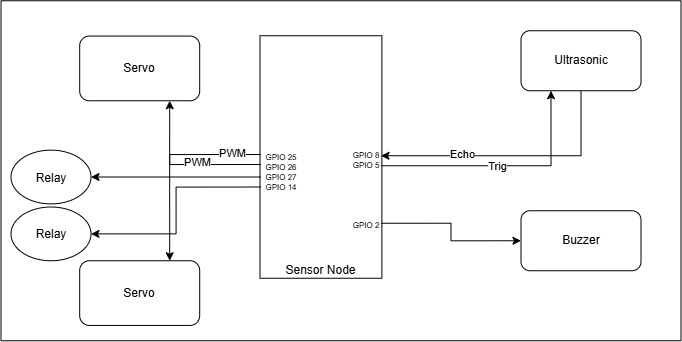
Before: Wiring/Actuator Node Wiring.drawio.png, a diagram exported from draw.io (PhantomCNS/SHOS). Source tidied: cells renumbered, new cells last; positions are measured from the earlier drawing's top-left corner, leaving out a move shared by most shapes. The source it was exported from:
```xml
<mxGraphModel>
  <root>
    <mxCell id="0" />
    <mxCell id="1" parent="0" />
    <mxCell id="2" style="group;" parent="1" vertex="1">
      <mxGeometry width="680" height="340" as="geometry" />
    </mxCell>
    <mxCell id="3" style="rounded=0;whiteSpace=wrap;html=1;rotation=-90;" parent="2" vertex="1">
      <mxGeometry x="198.7" y="95.3" width="242.5" height="121.9" as="geometry" />
    </mxCell>
    <mxCell id="4" value="Sensor Node" style="text;html=1;whiteSpace=wrap;strokeColor=none;fillColor=none;align=center;verticalAlign=middle;rounded=0;" parent="2" vertex="1">
      <mxGeometry x="282.4" y="260" width="75.1" height="20" as="geometry" />
    </mxCell>
    <mxCell id="5" style="edgeStyle=orthogonalEdgeStyle;rounded=0;jettySize=auto;html=1;exitX=1;exitY=0.5;exitDx=0;exitDy=0;entryX=0.25;entryY=1;entryDx=0;entryDy=0;" parent="2" edge="1" source="7" target="20">
      <mxGeometry relative="1" as="geometry" />
    </mxCell>
    <mxCell id="6" value="Trig" style="edgeLabel;html=1;align=center;verticalAlign=middle;" parent="5" vertex="1">
      <mxGeometry x="-0.06" relative="1" as="geometry" />
    </mxCell>
    <mxCell id="7" value="GPIO 5" style="text;html=1;whiteSpace=wrap;strokeColor=none;fillColor=none;align=center;verticalAlign=middle;rounded=0;fontSize=8;" parent="2" vertex="1">
      <mxGeometry x="350" y="160" width="30" height="10" as="geometry" />
    </mxCell>
    <mxCell id="8" value="GPIO 8" style="text;html=1;whiteSpace=wrap;strokeColor=none;fillColor=none;align=center;verticalAlign=middle;rounded=0;fontSize=8;" parent="2" vertex="1">
      <mxGeometry x="350" y="150" width="30" height="10" as="geometry" />
    </mxCell>
    <mxCell id="9" value="GPIO 2" style="text;html=1;whiteSpace=wrap;strokeColor=none;fillColor=none;align=center;verticalAlign=middle;rounded=0;fontSize=8;" parent="2" vertex="1">
      <mxGeometry x="350" y="220" width="30" height="10" as="geometry" />
    </mxCell>
    <mxCell id="10" style="edgeStyle=orthogonalEdgeStyle;rounded=0;jettySize=auto;html=1;exitX=0;exitY=0.25;exitDx=0;exitDy=0;entryX=0.75;entryY=0;entryDx=0;entryDy=0;" parent="2" edge="1" source="12" target="25">
      <mxGeometry relative="1" as="geometry" />
    </mxCell>
    <mxCell id="11" value="PWM" style="edgeLabel;html=1;align=center;verticalAlign=middle;" parent="10" vertex="1">
      <mxGeometry x="-0.71" y="-2" relative="1" as="geometry" />
    </mxCell>
    <mxCell id="12" value="GPIO 25" style="text;html=1;whiteSpace=wrap;strokeColor=none;fillColor=none;align=center;verticalAlign=middle;rounded=0;fontSize=8;" parent="2" vertex="1">
      <mxGeometry x="260" y="151.3" width="40" height="10" as="geometry" />
    </mxCell>
    <mxCell id="13" value="GPIO 26&lt;span style=&quot;color: rgba(0, 0, 0, 0); font-family: monospace; font-size: 0px; text-align: start; white-space: nowrap;&quot;&gt;%3CmxGraphModel%3E%3Croot%3E%3CmxCell%20id%3D%220%22%2F%3E%3CmxCell%20id%3D%221%22%20parent%3D%220%22%2F%3E%3CmxCell%20id%3D%222%22%20parent%3D%221%22%20style%3D%22text%3Bhtml%3D1%3BwhiteSpace%3Dwrap%3BstrokeColor%3Dnone%3BfillColor%3Dnone%3Balign%3Dcenter%3BverticalAlign%3Dmiddle%3Brounded%3D0%3BfontSize%3D8%3B%22%20value%3D%22GPIO%2025%22%20vertex%3D%221%22%3E%3CmxGeometry%20height%3D%2210%22%20width%3D%2240%22%20x%3D%22360%22%20y%3D%22271.26%22%20as%3D%22geometry%22%2F%3E%3C%2FmxCell%3E%3C%2Froot%3E%3C%2FmxGraphModel%3E&lt;/span&gt;" style="text;html=1;whiteSpace=wrap;strokeColor=none;fillColor=none;align=center;verticalAlign=middle;rounded=0;fontSize=8;" parent="2" vertex="1">
      <mxGeometry x="260" y="161.3" width="40" height="10" as="geometry" />
    </mxCell>
    <mxCell id="14" style="edgeStyle=orthogonalEdgeStyle;rounded=0;jettySize=auto;html=1;exitX=0;exitY=0.5;exitDx=0;exitDy=0;entryX=1;entryY=0.5;entryDx=0;entryDy=0;" parent="2" edge="1" source="15" target="31">
      <mxGeometry relative="1" as="geometry" />
    </mxCell>
    <mxCell id="15" value="GPIO 27" style="text;html=1;whiteSpace=wrap;strokeColor=none;fillColor=none;align=center;verticalAlign=middle;rounded=0;fontSize=8;" parent="2" vertex="1">
      <mxGeometry x="260" y="171.3" width="40" height="10" as="geometry" />
    </mxCell>
    <mxCell id="16" style="edgeStyle=orthogonalEdgeStyle;rounded=0;jettySize=auto;html=1;exitX=0;exitY=0.5;exitDx=0;exitDy=0;entryX=1;entryY=0.5;entryDx=0;entryDy=0;" parent="2" edge="1" source="17" target="32">
      <mxGeometry relative="1" as="geometry" />
    </mxCell>
    <mxCell id="17" value="GPIO 14" style="text;html=1;whiteSpace=wrap;strokeColor=none;fillColor=none;align=center;verticalAlign=middle;rounded=0;fontSize=8;" parent="2" vertex="1">
      <mxGeometry x="260" y="181.3" width="40" height="10" as="geometry" />
    </mxCell>
    <mxCell id="18" style="edgeStyle=orthogonalEdgeStyle;rounded=0;jettySize=auto;html=1;exitX=0.5;exitY=1;exitDx=0;exitDy=0;entryX=1;entryY=0.5;entryDx=0;entryDy=0;" parent="2" edge="1" source="20" target="8">
      <mxGeometry relative="1" as="geometry" />
    </mxCell>
    <mxCell id="19" value="Echo" style="edgeLabel;html=1;align=center;verticalAlign=middle;" parent="18" vertex="1">
      <mxGeometry x="0.39" y="-2" relative="1" as="geometry" />
    </mxCell>
    <mxCell id="20" style="rounded=1;whiteSpace=wrap;html=1;" parent="2" vertex="1">
      <mxGeometry x="520" y="30" width="120" height="60" as="geometry" />
    </mxCell>
    <mxCell id="21" value="Ultrasonic" style="text;html=1;whiteSpace=wrap;strokeColor=none;fillColor=none;align=center;verticalAlign=middle;rounded=0;" parent="2" vertex="1">
      <mxGeometry x="550" y="45" width="60" height="30" as="geometry" />
    </mxCell>
    <mxCell id="22" style="edgeStyle=orthogonalEdgeStyle;rounded=0;jettySize=auto;html=1;entryX=0;entryY=0.25;entryDx=0;entryDy=0;exitX=0.75;exitY=1;exitDx=0;exitDy=0;endArrow=none;endFill=0;startArrow=classic;startFill=1;" parent="2" edge="1" source="24" target="13">
      <mxGeometry relative="1" as="geometry" />
    </mxCell>
    <mxCell id="23" value="PWM" style="edgeLabel;html=1;align=center;verticalAlign=middle;" parent="22" vertex="1">
      <mxGeometry x="0.54" y="-1" relative="1" as="geometry">
        <mxPoint x="-28" y="-4" as="offset" />
      </mxGeometry>
    </mxCell>
    <mxCell id="24" style="rounded=1;whiteSpace=wrap;html=1;" parent="2" vertex="1">
      <mxGeometry x="78.7" y="35.3" width="120" height="64.7" as="geometry" />
    </mxCell>
    <mxCell id="25" style="rounded=1;whiteSpace=wrap;html=1;" parent="2" vertex="1">
      <mxGeometry x="78.7" y="260" width="120" height="64.7" as="geometry" />
    </mxCell>
    <mxCell id="26" value="Servo" style="text;html=1;whiteSpace=wrap;strokeColor=none;fillColor=none;align=center;verticalAlign=middle;rounded=0;" parent="2" vertex="1">
      <mxGeometry x="108.7" y="52.7" width="60" height="30" as="geometry" />
    </mxCell>
    <mxCell id="27" value="Servo" style="text;html=1;whiteSpace=wrap;strokeColor=none;fillColor=none;align=center;verticalAlign=middle;rounded=0;" parent="2" vertex="1">
      <mxGeometry x="108.7" y="277.3" width="60" height="30" as="geometry" />
    </mxCell>
    <mxCell id="28" style="rounded=1;whiteSpace=wrap;html=1;" parent="2" vertex="1">
      <mxGeometry x="520" y="210" width="120" height="60" as="geometry" />
    </mxCell>
    <mxCell id="29" value="Buzzer" style="text;html=1;whiteSpace=wrap;strokeColor=none;fillColor=none;align=center;verticalAlign=middle;rounded=0;" parent="2" vertex="1">
      <mxGeometry x="550" y="225" width="60" height="30" as="geometry" />
    </mxCell>
    <mxCell id="30" style="edgeStyle=orthogonalEdgeStyle;rounded=0;jettySize=auto;html=1;exitX=1;exitY=0.25;exitDx=0;exitDy=0;entryX=0;entryY=0.5;entryDx=0;entryDy=0;" parent="2" edge="1" source="9" target="28">
      <mxGeometry relative="1" as="geometry" />
    </mxCell>
    <mxCell id="31" value="Relay" style="ellipse;whiteSpace=wrap;html=1;shapeInside=1;" parent="2" vertex="1">
      <mxGeometry x="10" y="149.4" width="80" height="53.8" as="geometry" />
    </mxCell>
    <mxCell id="32" value="Relay" style="ellipse;whiteSpace=wrap;html=1;shapeInside=1;" parent="2" vertex="1">
      <mxGeometry x="10" y="206.2" width="80" height="53.8" as="geometry" />
    </mxCell>
    <mxCell id="33" style="swimlane;startSize=0;" parent="2" vertex="1">
      <mxGeometry width="680" height="340" as="geometry" />
    </mxCell>
  </root>
</mxGraphModel>
```
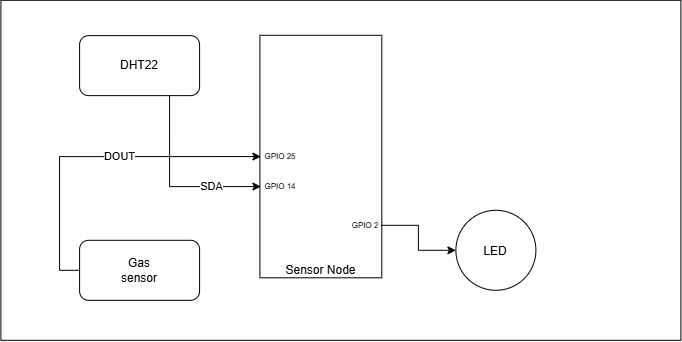
Later version of the same file.

The edit, as a diff of the source:
```diff
@@ -2,103 +2,55 @@
   <root>
     <mxCell id="0" />
     <mxCell id="1" parent="0" />
-    <mxCell id="2" style="group;" parent="1" vertex="1">
-      <mxGeometry width="680" height="340" as="geometry" />
-    </mxCell>
-    <mxCell id="3" style="rounded=0;whiteSpace=wrap;html=1;rotation=-90;" parent="2" vertex="1">
+    <mxCell id="3" style="rounded=0;whiteSpace=wrap;html=1;rotation=-90;" parent="1" vertex="1">
       <mxGeometry x="198.7" y="95.3" width="242.5" height="121.9" as="geometry" />
     </mxCell>
-    <mxCell id="4" value="Sensor Node" style="text;html=1;whiteSpace=wrap;strokeColor=none;fillColor=none;align=center;verticalAlign=middle;rounded=0;" parent="2" vertex="1">
+    <mxCell id="4" value="Sensor Node" style="text;html=1;whiteSpace=wrap;strokeColor=none;fillColor=none;align=center;verticalAlign=middle;rounded=0;" parent="1" vertex="1">
       <mxGeometry x="282.4" y="260" width="75.1" height="20" as="geometry" />
     </mxCell>
-    <mxCell id="5" style="edgeStyle=orthogonalEdgeStyle;rounded=0;jettySize=auto;html=1;exitX=1;exitY=0.5;exitDx=0;exitDy=0;entryX=0.25;entryY=1;entryDx=0;entryDy=0;" parent="2" edge="1" source="7" target="20">
-      <mxGeometry relative="1" as="geometry" />
-    </mxCell>
-    <mxCell id="6" value="Trig" style="edgeLabel;html=1;align=center;verticalAlign=middle;" parent="5" vertex="1">
-      <mxGeometry x="-0.06" relative="1" as="geometry" />
-    </mxCell>
-    <mxCell id="7" value="GPIO 5" style="text;html=1;whiteSpace=wrap;strokeColor=none;fillColor=none;align=center;verticalAlign=middle;rounded=0;fontSize=8;" parent="2" vertex="1">
-      <mxGeometry x="350" y="160" width="30" height="10" as="geometry" />
-    </mxCell>
-    <mxCell id="8" value="GPIO 8" style="text;html=1;whiteSpace=wrap;strokeColor=none;fillColor=none;align=center;verticalAlign=middle;rounded=0;fontSize=8;" parent="2" vertex="1">
-      <mxGeometry x="350" y="150" width="30" height="10" as="geometry" />
-    </mxCell>
+    <mxCell id="34" style="edgeStyle=orthogonalEdgeStyle;rounded=0;jettySize=auto;html=1;" parent="1" edge="1" source="9" target="36">
+      <mxGeometry relative="1" as="geometry" />
+    </mxCell>
-    <mxCell id="9" value="GPIO 2" style="text;html=1;whiteSpace=wrap;strokeColor=none;fillColor=none;align=center;verticalAlign=middle;rounded=0;fontSize=8;" parent="2" vertex="1">
+    <mxCell id="9" value="GPIO 2" style="text;html=1;whiteSpace=wrap;strokeColor=none;fillColor=none;align=center;verticalAlign=middle;rounded=0;fontSize=8;" parent="1" vertex="1">
       <mxGeometry x="350" y="220" width="30" height="10" as="geometry" />
     </mxCell>
-    <mxCell id="10" style="edgeStyle=orthogonalEdgeStyle;rounded=0;jettySize=auto;html=1;exitX=0;exitY=0.25;exitDx=0;exitDy=0;entryX=0.75;entryY=0;entryDx=0;entryDy=0;" parent="2" edge="1" source="12" target="25">
-      <mxGeometry relative="1" as="geometry" />
-    </mxCell>
-    <mxCell id="11" value="PWM" style="edgeLabel;html=1;align=center;verticalAlign=middle;" parent="10" vertex="1">
-      <mxGeometry x="-0.71" y="-2" relative="1" as="geometry" />
-    </mxCell>
-    <mxCell id="12" value="GPIO 25" style="text;html=1;whiteSpace=wrap;strokeColor=none;fillColor=none;align=center;verticalAlign=middle;rounded=0;fontSize=8;" parent="2" vertex="1">
+    <mxCell id="12" value="GPIO 25" style="text;html=1;whiteSpace=wrap;strokeColor=none;fillColor=none;align=center;verticalAlign=middle;rounded=0;fontSize=8;" parent="1" vertex="1">
       <mxGeometry x="260" y="151.3" width="40" height="10" as="geometry" />
     </mxCell>
-    <mxCell id="13" value="GPIO 26&lt;span style=&quot;color: rgba(0, 0, 0, 0); font-family: monospace; font-size: 0px; text-align: start; white-space: nowrap;&quot;&gt;%3CmxGraphModel%3E%3Croot%3E%3CmxCell%20id%3D%220%22%2F%3E%3CmxCell%20id%3D%221%22%20parent%3D%220%22%2F%3E%3CmxCell%20id%3D%222%22%20parent%3D%221%22%20style%3D%22text%3Bhtml%3D1%3BwhiteSpace%3Dwrap%3BstrokeColor%3Dnone%3BfillColor%3Dnone%3Balign%3Dcenter%3BverticalAlign%3Dmiddle%3Brounded%3D0%3BfontSize%3D8%3B%22%20value%3D%22GPIO%2025%22%20vertex%3D%221%22%3E%3CmxGeometry%20height%3D%2210%22%20width%3D%2240%22%20x%3D%22360%22%20y%3D%22271.26%22%20as%3D%22geometry%22%2F%3E%3C%2FmxCell%3E%3C%2Froot%3E%3C%2FmxGraphModel%3E&lt;/span&gt;" style="text;html=1;whiteSpace=wrap;strokeColor=none;fillColor=none;align=center;verticalAlign=middle;rounded=0;fontSize=8;" parent="2" vertex="1">
-      <mxGeometry x="260" y="161.3" width="40" height="10" as="geometry" />
-    </mxCell>
-    <mxCell id="14" style="edgeStyle=orthogonalEdgeStyle;rounded=0;jettySize=auto;html=1;exitX=0;exitY=0.5;exitDx=0;exitDy=0;entryX=1;entryY=0.5;entryDx=0;entryDy=0;" parent="2" edge="1" source="15" target="31">
-      <mxGeometry relative="1" as="geometry" />
-    </mxCell>
-    <mxCell id="15" value="GPIO 27" style="text;html=1;whiteSpace=wrap;strokeColor=none;fillColor=none;align=center;verticalAlign=middle;rounded=0;fontSize=8;" parent="2" vertex="1">
-      <mxGeometry x="260" y="171.3" width="40" height="10" as="geometry" />
-    </mxCell>
-    <mxCell id="16" style="edgeStyle=orthogonalEdgeStyle;rounded=0;jettySize=auto;html=1;exitX=0;exitY=0.5;exitDx=0;exitDy=0;entryX=1;entryY=0.5;entryDx=0;entryDy=0;" parent="2" edge="1" source="17" target="32">
-      <mxGeometry relative="1" as="geometry" />
-    </mxCell>
-    <mxCell id="17" value="GPIO 14" style="text;html=1;whiteSpace=wrap;strokeColor=none;fillColor=none;align=center;verticalAlign=middle;rounded=0;fontSize=8;" parent="2" vertex="1">
+    <mxCell id="17" value="GPIO 14" style="text;html=1;whiteSpace=wrap;strokeColor=none;fillColor=none;align=center;verticalAlign=middle;rounded=0;fontSize=8;" parent="1" vertex="1">
       <mxGeometry x="260" y="181.3" width="40" height="10" as="geometry" />
     </mxCell>
-    <mxCell id="18" style="edgeStyle=orthogonalEdgeStyle;rounded=0;jettySize=auto;html=1;exitX=0.5;exitY=1;exitDx=0;exitDy=0;entryX=1;entryY=0.5;entryDx=0;entryDy=0;" parent="2" edge="1" source="20" target="8">
-      <mxGeometry relative="1" as="geometry" />
-    </mxCell>
-    <mxCell id="19" value="Echo" style="edgeLabel;html=1;align=center;verticalAlign=middle;" parent="18" vertex="1">
-      <mxGeometry x="0.39" y="-2" relative="1" as="geometry" />
-    </mxCell>
+    <mxCell id="30" style="edgeStyle=orthogonalEdgeStyle;rounded=0;jettySize=auto;html=1;exitX=0;exitY=0.5;exitDx=0;exitDy=0;entryX=0;entryY=0.5;entryDx=0;entryDy=0;startArrow=classic;startFill=1;endArrow=none;endFill=0;" parent="1" edge="1" source="12" target="28">
+      <mxGeometry relative="1" as="geometry" />
+    </mxCell>
+    <mxCell id="35" value="DOUT" style="edgeLabel;html=1;align=center;verticalAlign=middle;" parent="30" vertex="1">
+      <mxGeometry x="-0.15" y="3" relative="1" as="geometry">
+        <mxPoint y="-4" as="offset" />
+      </mxGeometry>
+    </mxCell>
+    <mxCell id="33" style="swimlane;startSize=0;" parent="1" vertex="1">
+      <mxGeometry width="680" height="340" as="geometry" />
+    </mxCell>
-    <mxCell id="20" style="rounded=1;whiteSpace=wrap;html=1;" parent="2" vertex="1">
-      <mxGeometry x="520" y="30" width="120" height="60" as="geometry" />
+    <mxCell id="20" style="rounded=1;whiteSpace=wrap;html=1;" parent="33" vertex="1">
+      <mxGeometry x="78.7" y="35.3" width="120" height="60" as="geometry" />
     </mxCell>
-    <mxCell id="21" value="Ultrasonic" style="text;html=1;whiteSpace=wrap;strokeColor=none;fillColor=none;align=center;verticalAlign=middle;rounded=0;" parent="2" vertex="1">
-      <mxGeometry x="550" y="45" width="60" height="30" as="geometry" />
+    <mxCell id="21" value="DHT22" style="text;html=1;whiteSpace=wrap;strokeColor=none;fillColor=none;align=center;verticalAlign=middle;rounded=0;" parent="33" vertex="1">
+      <mxGeometry x="108.7" y="50.3" width="60" height="30" as="geometry" />
     </mxCell>
-    <mxCell id="22" style="edgeStyle=orthogonalEdgeStyle;rounded=0;jettySize=auto;html=1;entryX=0;entryY=0.25;entryDx=0;entryDy=0;exitX=0.75;exitY=1;exitDx=0;exitDy=0;endArrow=none;endFill=0;startArrow=classic;startFill=1;" parent="2" edge="1" source="24" target="13">
-      <mxGeometry relative="1" as="geometry" />
-    </mxCell>
-    <mxCell id="23" value="PWM" style="edgeLabel;html=1;align=center;verticalAlign=middle;" parent="22" vertex="1">
-      <mxGeometry x="0.54" y="-1" relative="1" as="geometry">
-        <mxPoint x="-28" y="-4" as="offset" />
-      </mxGeometry>
-    </mxCell>
-    <mxCell id="24" style="rounded=1;whiteSpace=wrap;html=1;" parent="2" vertex="1">
-      <mxGeometry x="78.7" y="35.3" width="120" height="64.7" as="geometry" />
-    </mxCell>
-    <mxCell id="25" style="rounded=1;whiteSpace=wrap;html=1;" parent="2" vertex="1">
-      <mxGeometry x="78.7" y="260" width="120" height="64.7" as="geometry" />
-    </mxCell>
-    <mxCell id="26" value="Servo" style="text;html=1;whiteSpace=wrap;strokeColor=none;fillColor=none;align=center;verticalAlign=middle;rounded=0;" parent="2" vertex="1">
-      <mxGeometry x="108.7" y="52.7" width="60" height="30" as="geometry" />
-    </mxCell>
-    <mxCell id="27" value="Servo" style="text;html=1;whiteSpace=wrap;strokeColor=none;fillColor=none;align=center;verticalAlign=middle;rounded=0;" parent="2" vertex="1">
-      <mxGeometry x="108.7" y="277.3" width="60" height="30" as="geometry" />
-    </mxCell>
-    <mxCell id="28" style="rounded=1;whiteSpace=wrap;html=1;" parent="2" vertex="1">
-      <mxGeometry x="520" y="210" width="120" height="60" as="geometry" />
+    <mxCell id="28" style="rounded=1;whiteSpace=wrap;html=1;" parent="33" vertex="1">
+      <mxGeometry x="78.7" y="240" width="120" height="60" as="geometry" />
     </mxCell>
-    <mxCell id="29" value="Buzzer" style="text;html=1;whiteSpace=wrap;strokeColor=none;fillColor=none;align=center;verticalAlign=middle;rounded=0;" parent="2" vertex="1">
-      <mxGeometry x="550" y="225" width="60" height="30" as="geometry" />
+    <mxCell id="29" value="Gas sensor" style="text;html=1;whiteSpace=wrap;strokeColor=none;fillColor=none;align=center;verticalAlign=middle;rounded=0;" parent="33" vertex="1">
+      <mxGeometry x="108.7" y="255" width="60" height="30" as="geometry" />
     </mxCell>
-    <mxCell id="30" style="edgeStyle=orthogonalEdgeStyle;rounded=0;jettySize=auto;html=1;exitX=1;exitY=0.25;exitDx=0;exitDy=0;entryX=0;entryY=0.5;entryDx=0;entryDy=0;" parent="2" edge="1" source="9" target="28">
-      <mxGeometry relative="1" as="geometry" />
-    </mxCell>
-    <mxCell id="31" value="Relay" style="ellipse;whiteSpace=wrap;html=1;shapeInside=1;" parent="2" vertex="1">
-      <mxGeometry x="10" y="149.4" width="80" height="53.8" as="geometry" />
-    </mxCell>
-    <mxCell id="32" value="Relay" style="ellipse;whiteSpace=wrap;html=1;shapeInside=1;" parent="2" vertex="1">
-      <mxGeometry x="10" y="206.2" width="80" height="53.8" as="geometry" />
-    </mxCell>
-    <mxCell id="33" style="swimlane;startSize=0;" parent="2" vertex="1">
-      <mxGeometry width="680" height="340" as="geometry" />
-    </mxCell>
+    <mxCell id="36" value="LED" style="ellipse;whiteSpace=wrap;html=1;shapeInside=1;" parent="33" vertex="1">
+      <mxGeometry x="455" y="210" width="80" height="80" as="geometry" />
+    </mxCell>
+    <mxCell id="37" style="edgeStyle=orthogonalEdgeStyle;rounded=0;jettySize=auto;html=1;exitX=0.75;exitY=1;exitDx=0;exitDy=0;entryX=0;entryY=0.5;entryDx=0;entryDy=0;" parent="1" edge="1" source="20" target="17">
+      <mxGeometry relative="1" as="geometry" />
+    </mxCell>
+    <mxCell id="38" value="SDA" style="edgeLabel;html=1;align=center;verticalAlign=middle;" parent="37" vertex="1">
+      <mxGeometry x="0.46" y="1" relative="1" as="geometry" />
+    </mxCell>
   </root>
 </mxGraphModel>
```
